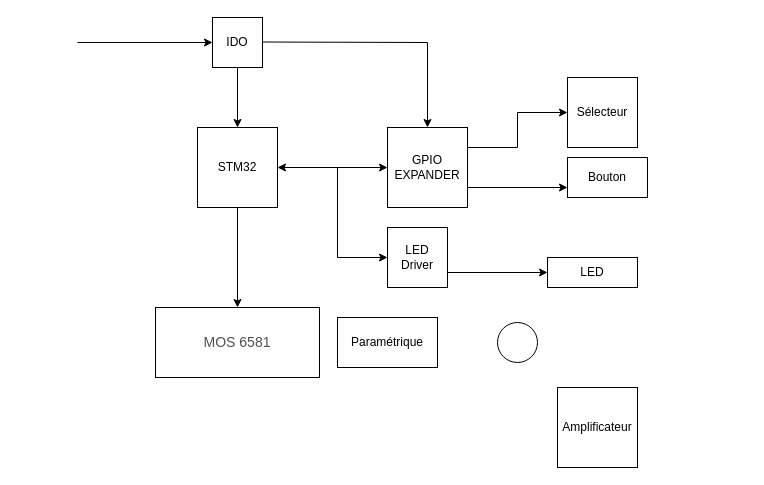
Above: Diagramme d'architecture vfinal.drawio in YaelCAV/2324_Projet1A_Sequencer (draw.io), before the change. Source tidied: cells renumbered, new cells numbered last; positions are measured from the earlier drawing's top-left corner, leaving out a move shared by most shapes. Both pictures are drawn from the tidied source at 100%, with x=0, y=0 at pixel (77, 17).
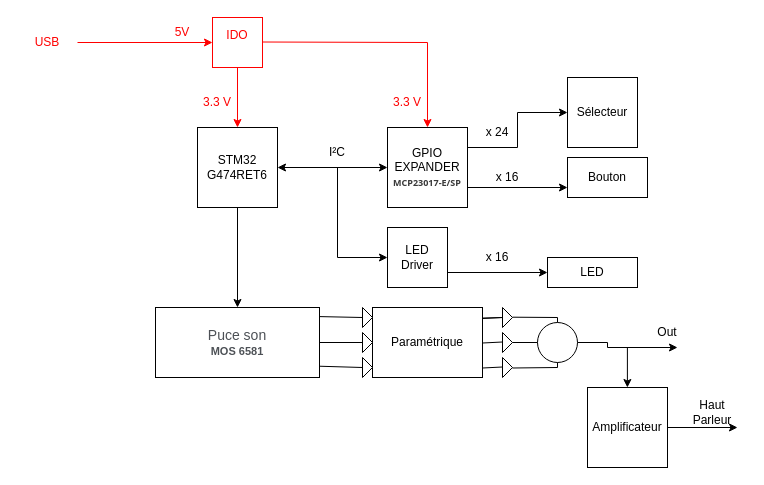
The same page after the edit.

Commit message:
Mettre à jour Diagramme d'architecture vfinal.drawio

Change to the diagram source:
```diff
@@
-    <mxCell id="2" value="STM32" style="whiteSpace=wrap;html=1;" parent="1" vertex="1">
+    <mxCell id="2" value="STM32&lt;div&gt;G474RET6&lt;/div&gt;" style="whiteSpace=wrap;html=1;" parent="1" vertex="1">
       <mxGeometry x="120" y="110" width="80" height="80" as="geometry" />
     </mxCell>
-    <mxCell id="3" value="&lt;span style=&quot;color: rgb(77, 81, 86); font-family: arial, sans-serif; font-size: 14px; text-align: left; background-color: rgb(255, 255, 255);&quot;&gt;MOS 6581&lt;/span&gt;" style="rounded=0;whiteSpace=wrap;html=1;" parent="1" vertex="1">
+    <mxCell id="3" value="&lt;span style=&quot;color: rgb(77, 81, 86); font-family: arial, sans-serif; font-size: 14px; text-align: left; background-color: rgb(255, 255, 255);&quot;&gt;Puce son&lt;/span&gt;&lt;div&gt;&lt;span style=&quot;color: rgb(77, 81, 86); font-family: arial, sans-serif; text-align: left; background-color: rgb(255, 255, 255);&quot;&gt;&lt;font style=&quot;font-size: 11px;&quot;&gt;&lt;b&gt;MOS 6581&lt;/b&gt;&lt;/font&gt;&lt;/span&gt;&lt;/div&gt;" style="rounded=0;whiteSpace=wrap;html=1;" parent="1" vertex="1">
       <mxGeometry x="78" y="290" width="164" height="70" as="geometry" />
     </mxCell>
-    <mxCell id="4" value="GPIO&lt;div&gt;EXPANDER&lt;/div&gt;" style="whiteSpace=wrap;html=1;" parent="1" vertex="1">
+    <mxCell id="4" value="GPIO&lt;div&gt;EXPANDER&lt;/div&gt;&lt;div&gt;&lt;span style=&quot;color: rgb(57, 57, 57); font-family: &amp;quot;Noto Sans&amp;quot;, Roboto, sans-serif; font-weight: 700; text-align: start; background-color: rgb(255, 255, 255); font-size: 9px;&quot;&gt;MCP23017-E/SP&lt;/span&gt;&lt;br&gt;&lt;/div&gt;" style="whiteSpace=wrap;html=1;" parent="1" vertex="1">
       <mxGeometry x="310" y="110" width="80" height="80" as="geometry" />
     </mxCell>
@@
     <mxCell id="6" value="Amplificateur" style="whiteSpace=wrap;html=1;" parent="1" vertex="1">
-      <mxGeometry x="480" y="370" width="80" height="80" as="geometry" />
+      <mxGeometry x="510" y="370" width="80" height="80" as="geometry" />
     </mxCell>
@@
-    <mxCell id="8" value="IDO" style="whiteSpace=wrap;html=1;" parent="1" vertex="1">
+    <mxCell id="8" value="IDO&lt;div&gt;&lt;br&gt;&lt;/div&gt;" style="whiteSpace=wrap;html=1;strokeColor=#FF0000;fontColor=#FF0000;" parent="1" vertex="1">
       <mxGeometry x="135" width="50" height="50" as="geometry" />
     </mxCell>
@@
-    <mxCell id="10" style="endArrow=classic;html=1;rounded=0;entryX=0;entryY=0.5;entryDx=0;entryDy=0;" parent="1" edge="1" target="8">
+    <mxCell id="10" style="endArrow=classic;html=1;rounded=0;entryX=0;entryY=0.5;entryDx=0;entryDy=0;strokeColor=#FF0000;" parent="1" edge="1" target="8">
       <mxGeometry relative="1" as="geometry">
         <mxPoint y="25" as="sourcePoint" />
       </mxGeometry>
     </mxCell>
-    <mxCell id="11" style="endArrow=classic;html=1;rounded=0;entryX=0.5;entryY=0;entryDx=0;entryDy=0;exitX=0.5;exitY=1;exitDx=0;exitDy=0;" parent="1" edge="1" source="8" target="2">
-      <mxGeometry relative="1" as="geometry" />
-    </mxCell>
-    <mxCell id="12" style="endArrow=classic;html=1;rounded=0;entryX=0.5;entryY=0;entryDx=0;entryDy=0;" parent="1" edge="1" target="4">
+    <mxCell id="12" style="endArrow=classic;html=1;rounded=0;entryX=0.5;entryY=0;entryDx=0;entryDy=0;strokeColor=#FF0000;" parent="1" edge="1" target="4">
       <mxGeometry relative="1" as="geometry">
         <mxPoint x="185" y="24.5" as="sourcePoint" />
         <Array as="points">
           <mxPoint x="350" y="25" />
         </Array>
       </mxGeometry>
     </mxCell>
@@
     <mxCell id="17" value="Paramétrique" style="rounded=0;whiteSpace=wrap;html=1;" parent="1" vertex="1">
-      <mxGeometry x="260" y="300" width="100" height="50" as="geometry" />
+      <mxGeometry x="295" y="290" width="110" height="70" as="geometry" />
     </mxCell>
     <mxCell id="18" style="ellipse;whiteSpace=wrap;html=1;" parent="1" vertex="1">
-      <mxGeometry x="420" y="305" width="40" height="40" as="geometry" />
+      <mxGeometry x="460" y="305" width="40" height="40" as="geometry" />
     </mxCell>
@@
+    <mxCell id="22" value="USB" style="text;html=1;align=center;verticalAlign=middle;whiteSpace=wrap;rounded=0;fontColor=#FF0000;" parent="1" vertex="1">
+      <mxGeometry x="-60" y="10" width="60" height="30" as="geometry" />
+    </mxCell>
+    <mxCell id="23" value="5V" style="text;html=1;align=center;verticalAlign=middle;whiteSpace=wrap;rounded=0;fontColor=#FF0000;" parent="1" vertex="1">
+      <mxGeometry x="75" width="60" height="30" as="geometry" />
+    </mxCell>
+    <mxCell id="24" value="3.3 V" style="text;html=1;align=center;verticalAlign=middle;whiteSpace=wrap;rounded=0;fontColor=#FF0000;" parent="1" vertex="1">
+      <mxGeometry x="110" y="70" width="60" height="30" as="geometry" />
+    </mxCell>
+    <mxCell id="25" value="3.3 V" style="text;html=1;align=center;verticalAlign=middle;whiteSpace=wrap;rounded=0;fontColor=#FF0000;" parent="1" vertex="1">
+      <mxGeometry x="300" y="70" width="60" height="30" as="geometry" />
+    </mxCell>
+    <mxCell id="26" value="I²C" style="text;html=1;align=center;verticalAlign=middle;whiteSpace=wrap;rounded=0;" parent="1" vertex="1">
+      <mxGeometry x="230" y="120" width="60" height="30" as="geometry" />
+    </mxCell>
+    <mxCell id="11" style="endArrow=classic;html=1;rounded=0;entryX=0.5;entryY=0;entryDx=0;entryDy=0;strokeColor=#FF0000;exitX=0.5;exitY=1;exitDx=0;exitDy=0;" parent="1" edge="1" source="8" target="2">
+      <mxGeometry relative="1" as="geometry" />
+    </mxCell>
+    <mxCell id="27" value="x 16" style="text;html=1;align=center;verticalAlign=middle;whiteSpace=wrap;rounded=0;" parent="1" vertex="1">
+      <mxGeometry x="400" y="145" width="60" height="30" as="geometry" />
+    </mxCell>
+    <mxCell id="28" value="x 24" style="text;html=1;align=center;verticalAlign=middle;whiteSpace=wrap;rounded=0;" parent="1" vertex="1">
+      <mxGeometry x="390" y="100" width="60" height="30" as="geometry" />
+    </mxCell>
+    <mxCell id="29" value="x 16" style="text;html=1;align=center;verticalAlign=middle;whiteSpace=wrap;rounded=0;" parent="1" vertex="1">
+      <mxGeometry x="390" y="225" width="60" height="30" as="geometry" />
+    </mxCell>
+    <mxCell id="30" style="triangle;whiteSpace=wrap;html=1;" parent="1" vertex="1">
+      <mxGeometry x="285" y="290" width="10" height="20" as="geometry" />
+    </mxCell>
+    <mxCell id="31" style="triangle;whiteSpace=wrap;html=1;" parent="1" vertex="1">
+      <mxGeometry x="285" y="340" width="10" height="20" as="geometry" />
+    </mxCell>
+    <mxCell id="32" style="triangle;whiteSpace=wrap;html=1;" parent="1" vertex="1">
+      <mxGeometry x="285" y="315" width="10" height="20" as="geometry" />
+    </mxCell>
+    <mxCell id="33" style="endArrow=none;html=1;rounded=0;entryX=0;entryY=0.5;entryDx=0;entryDy=0;exitX=1.002;exitY=0.13;exitDx=0;exitDy=0;exitPerimeter=0;" parent="1" edge="1" source="3" target="30">
+      <mxGeometry relative="1" as="geometry" />
+    </mxCell>
+    <mxCell id="34" style="endArrow=none;html=1;rounded=0;exitX=1;exitY=0.5;exitDx=0;exitDy=0;entryX=0;entryY=0.5;entryDx=0;entryDy=0;" parent="1" edge="1" source="3" target="32">
+      <mxGeometry relative="1" as="geometry" />
+    </mxCell>
+    <mxCell id="35" style="endArrow=none;html=1;rounded=0;entryX=0;entryY=0.5;entryDx=0;entryDy=0;exitX=1;exitY=0.839;exitDx=0;exitDy=0;exitPerimeter=0;" parent="1" edge="1" source="3" target="31">
+      <mxGeometry relative="1" as="geometry" />
+    </mxCell>
+    <mxCell id="36" style="triangle;whiteSpace=wrap;html=1;" parent="1" vertex="1">
+      <mxGeometry x="425" y="315" width="10" height="20" as="geometry" />
+    </mxCell>
+    <mxCell id="37" style="triangle;whiteSpace=wrap;html=1;" parent="1" vertex="1">
+      <mxGeometry x="425" y="340" width="10" height="20" as="geometry" />
+    </mxCell>
+    <mxCell id="38" style="triangle;whiteSpace=wrap;html=1;" parent="1" vertex="1">
+      <mxGeometry x="425" y="290" width="10" height="20" as="geometry" />
+    </mxCell>
+    <mxCell id="39" style="endArrow=none;html=1;rounded=0;exitX=1.004;exitY=0.151;exitDx=0;exitDy=0;entryX=0;entryY=0.5;entryDx=0;entryDy=0;exitPerimeter=0;" parent="1" edge="1" source="17" target="38">
+      <mxGeometry relative="1" as="geometry" />
+    </mxCell>
+    <mxCell id="40" style="endArrow=none;html=1;rounded=0;exitX=1.004;exitY=0.151;exitDx=0;exitDy=0;entryX=0;entryY=0.5;entryDx=0;entryDy=0;exitPerimeter=0;" parent="1" edge="1">
+      <mxGeometry relative="1" as="geometry">
+        <mxPoint x="405" y="301" as="sourcePoint" />
+        <mxPoint x="425" y="300" as="targetPoint" />
+      </mxGeometry>
+    </mxCell>
+    <mxCell id="41" style="endArrow=none;html=1;rounded=0;exitX=1.004;exitY=0.151;exitDx=0;exitDy=0;entryX=0;entryY=0.5;entryDx=0;entryDy=0;exitPerimeter=0;" parent="1" edge="1">
+      <mxGeometry relative="1" as="geometry">
+        <mxPoint x="405" y="325.5" as="sourcePoint" />
+        <mxPoint x="425" y="324.5" as="targetPoint" />
+      </mxGeometry>
+    </mxCell>
+    <mxCell id="42" style="endArrow=none;html=1;rounded=0;exitX=1.004;exitY=0.151;exitDx=0;exitDy=0;entryX=0;entryY=0.5;entryDx=0;entryDy=0;exitPerimeter=0;" parent="1" edge="1">
+      <mxGeometry relative="1" as="geometry">
+        <mxPoint x="405" y="350.5" as="sourcePoint" />
+        <mxPoint x="425" y="349.5" as="targetPoint" />
+      </mxGeometry>
+    </mxCell>
+    <mxCell id="43" style="endArrow=none;html=1;rounded=0;exitX=1.004;exitY=0.151;exitDx=0;exitDy=0;entryX=0.5;entryY=1;entryDx=0;entryDy=0;exitPerimeter=0;" parent="1" edge="1" target="18">
+      <mxGeometry relative="1" as="geometry">
+        <mxPoint x="435" y="350.5" as="sourcePoint" />
+        <Array as="points">
+          <mxPoint x="480" y="350" />
+        </Array>
+      </mxGeometry>
+    </mxCell>
+    <mxCell id="44" style="endArrow=none;html=1;rounded=0;exitX=1;exitY=0.5;exitDx=0;exitDy=0;entryX=0;entryY=0.5;entryDx=0;entryDy=0;" parent="1" edge="1" source="36" target="18">
+      <mxGeometry relative="1" as="geometry" />
+    </mxCell>
+    <mxCell id="45" style="endArrow=none;html=1;rounded=0;entryX=0.5;entryY=0;entryDx=0;entryDy=0;" parent="1" edge="1" target="18">
+      <mxGeometry relative="1" as="geometry">
+        <mxPoint x="435" y="299.7" as="sourcePoint" />
+        <Array as="points">
+          <mxPoint x="480" y="300" />
+        </Array>
+      </mxGeometry>
+    </mxCell>
+    <mxCell id="46" style="endArrow=classic;html=1;rounded=0;" parent="1" edge="1">
+      <mxGeometry relative="1" as="geometry">
+        <mxPoint x="500" y="325" as="sourcePoint" />
+        <mxPoint x="600" y="330" as="targetPoint" />
+        <Array as="points">
+          <mxPoint x="530" y="325" />
+          <mxPoint x="530" y="330" />
+        </Array>
+      </mxGeometry>
+    </mxCell>
+    <mxCell id="47" style="endArrow=classic;html=1;rounded=0;entryX=0.5;entryY=0;entryDx=0;entryDy=0;" parent="1" edge="1">
+      <mxGeometry relative="1" as="geometry">
+        <mxPoint x="549.9" y="330" as="sourcePoint" />
+        <mxPoint x="549.9" y="370" as="targetPoint" />
+      </mxGeometry>
+    </mxCell>
+    <mxCell id="48" style="endArrow=classic;html=1;rounded=0;" parent="1" edge="1">
+      <mxGeometry relative="1" as="geometry">
+        <mxPoint x="590" y="410" as="sourcePoint" />
+        <mxPoint x="660" y="410" as="targetPoint" />
+      </mxGeometry>
+    </mxCell>
+    <mxCell id="49" value="Haut&lt;div&gt;Parleur&lt;/div&gt;" style="text;html=1;align=center;verticalAlign=middle;whiteSpace=wrap;rounded=0;" parent="1" vertex="1">
+      <mxGeometry x="600" y="380" width="70" height="30" as="geometry" />
+    </mxCell>
+    <mxCell id="50" value="Out" style="text;html=1;align=center;verticalAlign=middle;whiteSpace=wrap;rounded=0;" parent="1" vertex="1">
+      <mxGeometry x="560" y="300" width="60" height="30" as="geometry" />
+    </mxCell>
```
